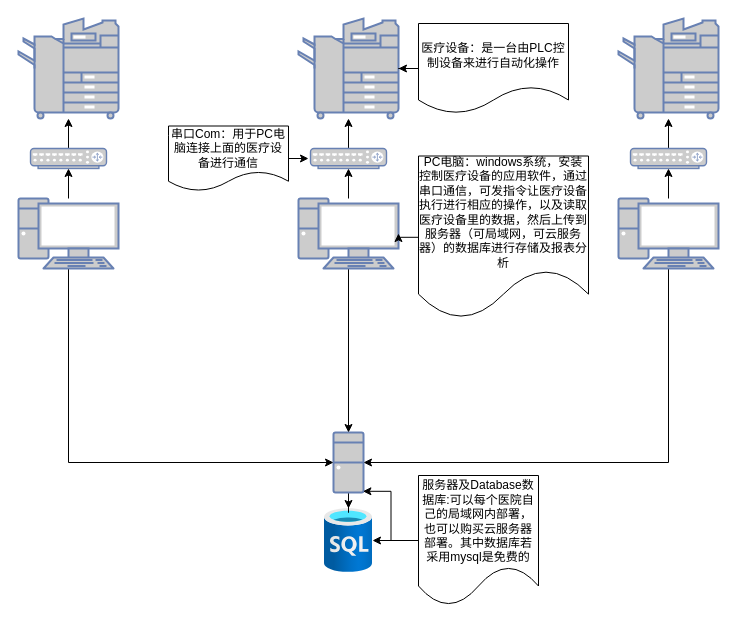
The draw.io diagram project/医疗器械系统.drawio in yangtech555/diagrams, before the edit. Source tidied: cells renumbered, new cells numbered last; positions are measured from the earlier drawing's top-left corner, leaving out a move shared by most shapes. Both pictures are drawn from the tidied source at 100%, with x=0, y=0 at pixel (18, 18).
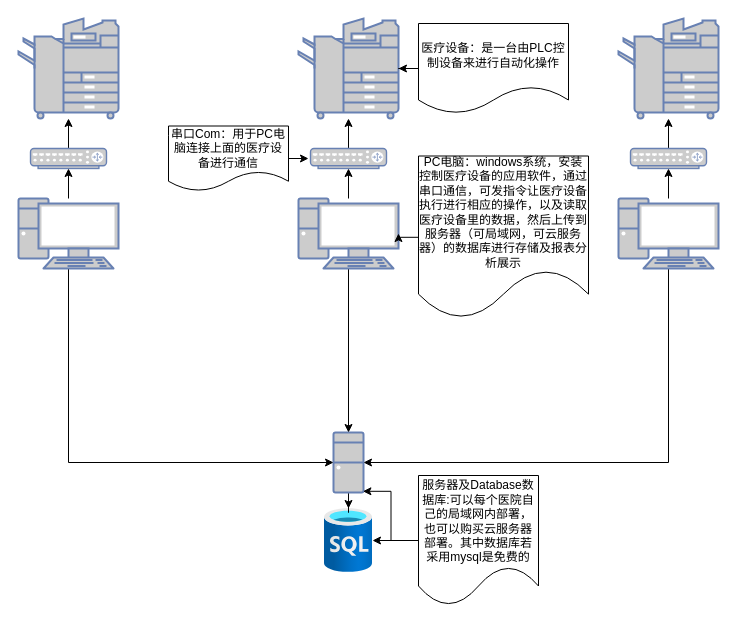
The same diagram, later.

Commit message:
更新医疗器械系统.drawio

Diff of the diagram source:
```diff
@@
-    <mxCell id="16" value="PC电脑：windows系统，安装控制医疗设备的应用软件，通过串口通信，可发指令让医疗设备执行进行相应的操作，以及读取医疗设备里的数据，然后上传到服务器（可局域网，可云服务器）的数据库进行存储及报表分析" style="shape=document;whiteSpace=wrap;html=1;boundedLbl=1;" parent="1" vertex="1">
+    <mxCell id="16" value="PC电脑：windows系统，安装控制医疗设备的应用软件，通过串口通信，可发指令让医疗设备执行进行相应的操作，以及读取医疗设备里的数据，然后上传到服务器（可局域网，可云服务器）的数据库进行存储及报表分析展示" style="shape=document;whiteSpace=wrap;html=1;boundedLbl=1;" parent="1" vertex="1">
       <mxGeometry x="400" y="137.5" width="170" height="162.5" as="geometry" />
     </mxCell>
```
